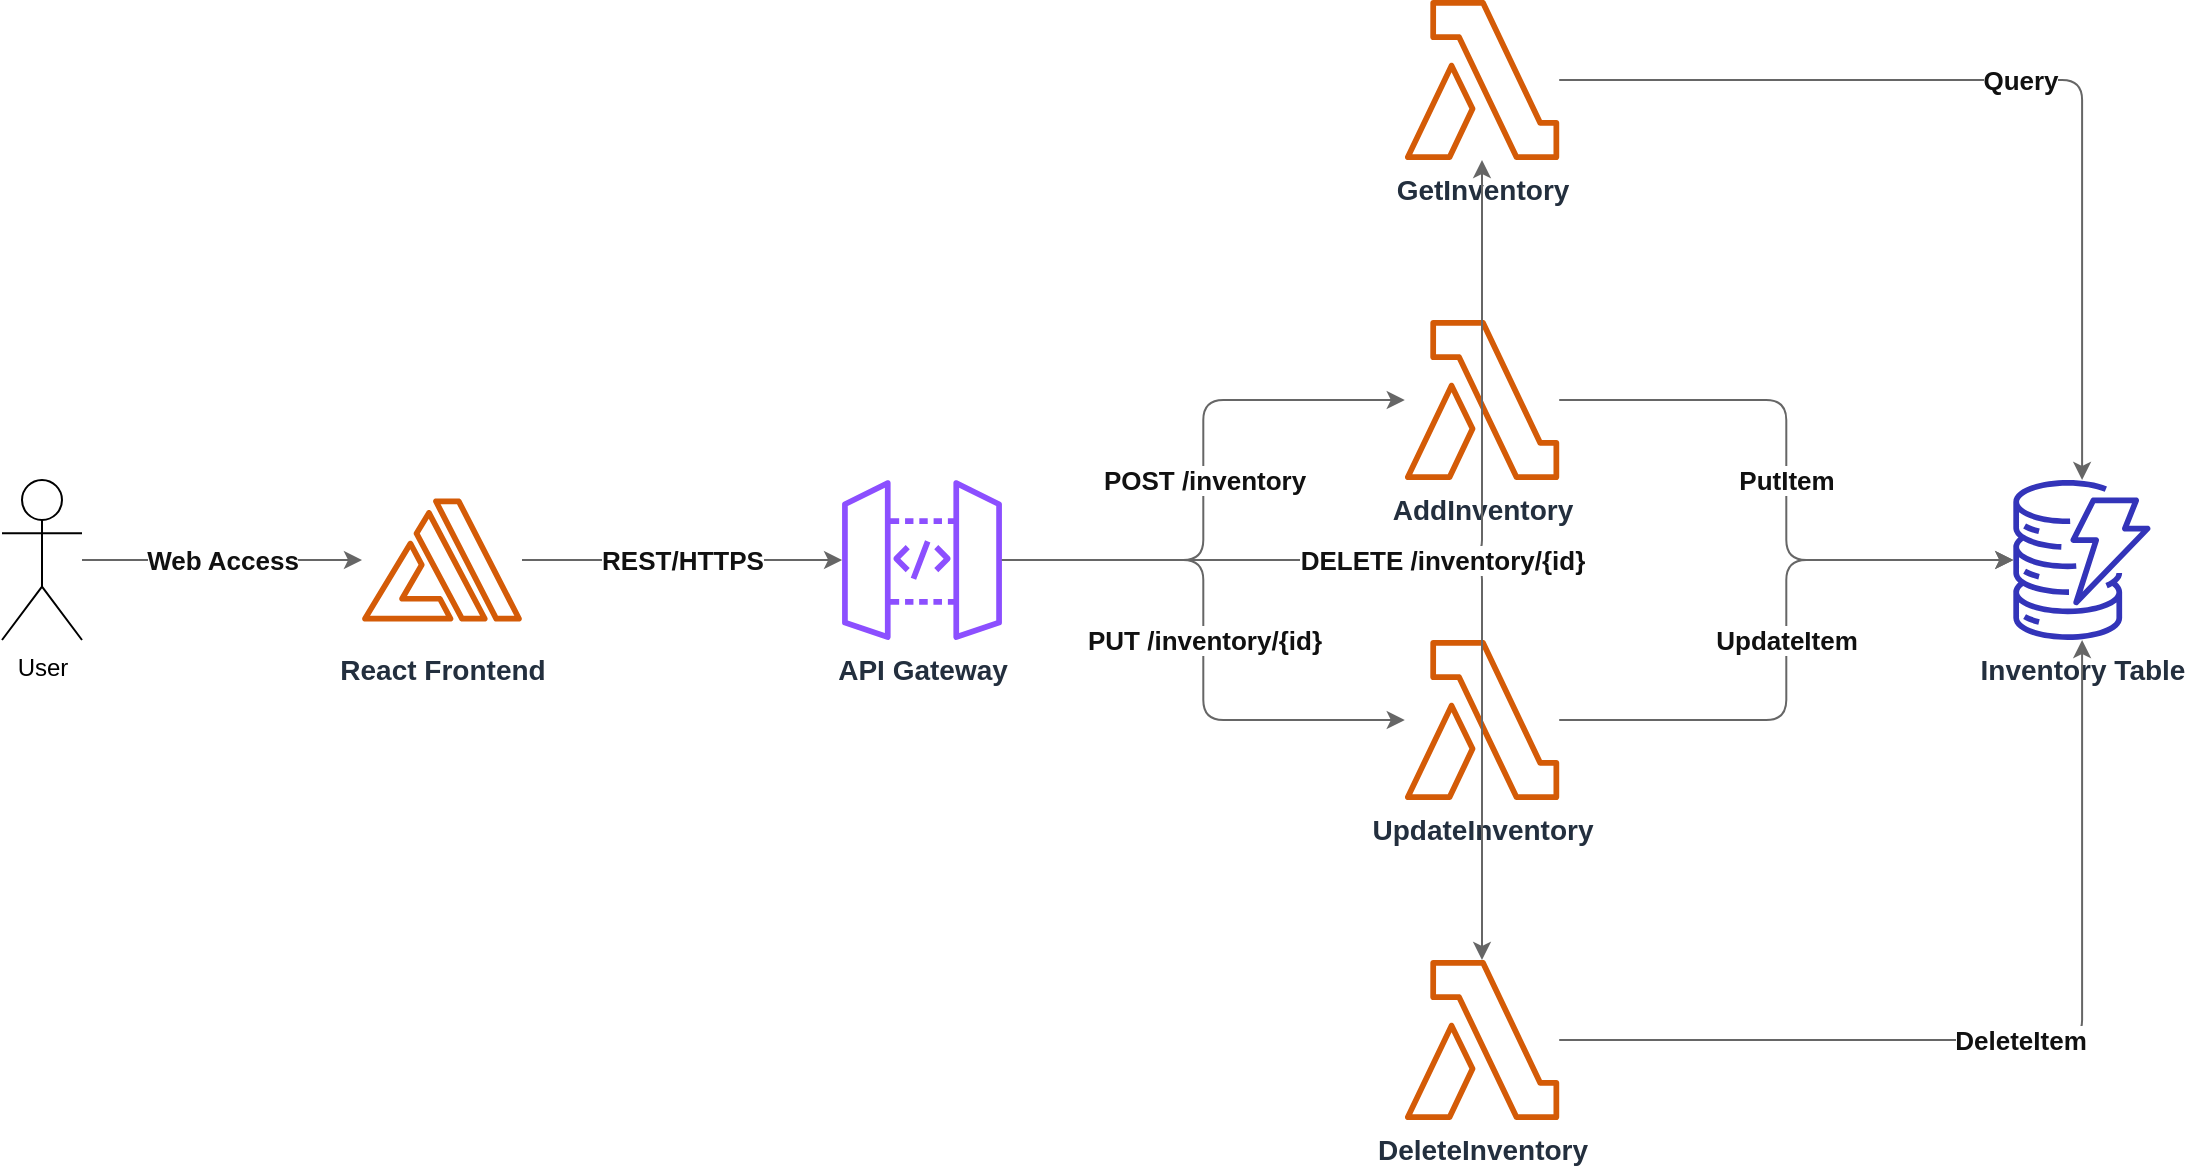
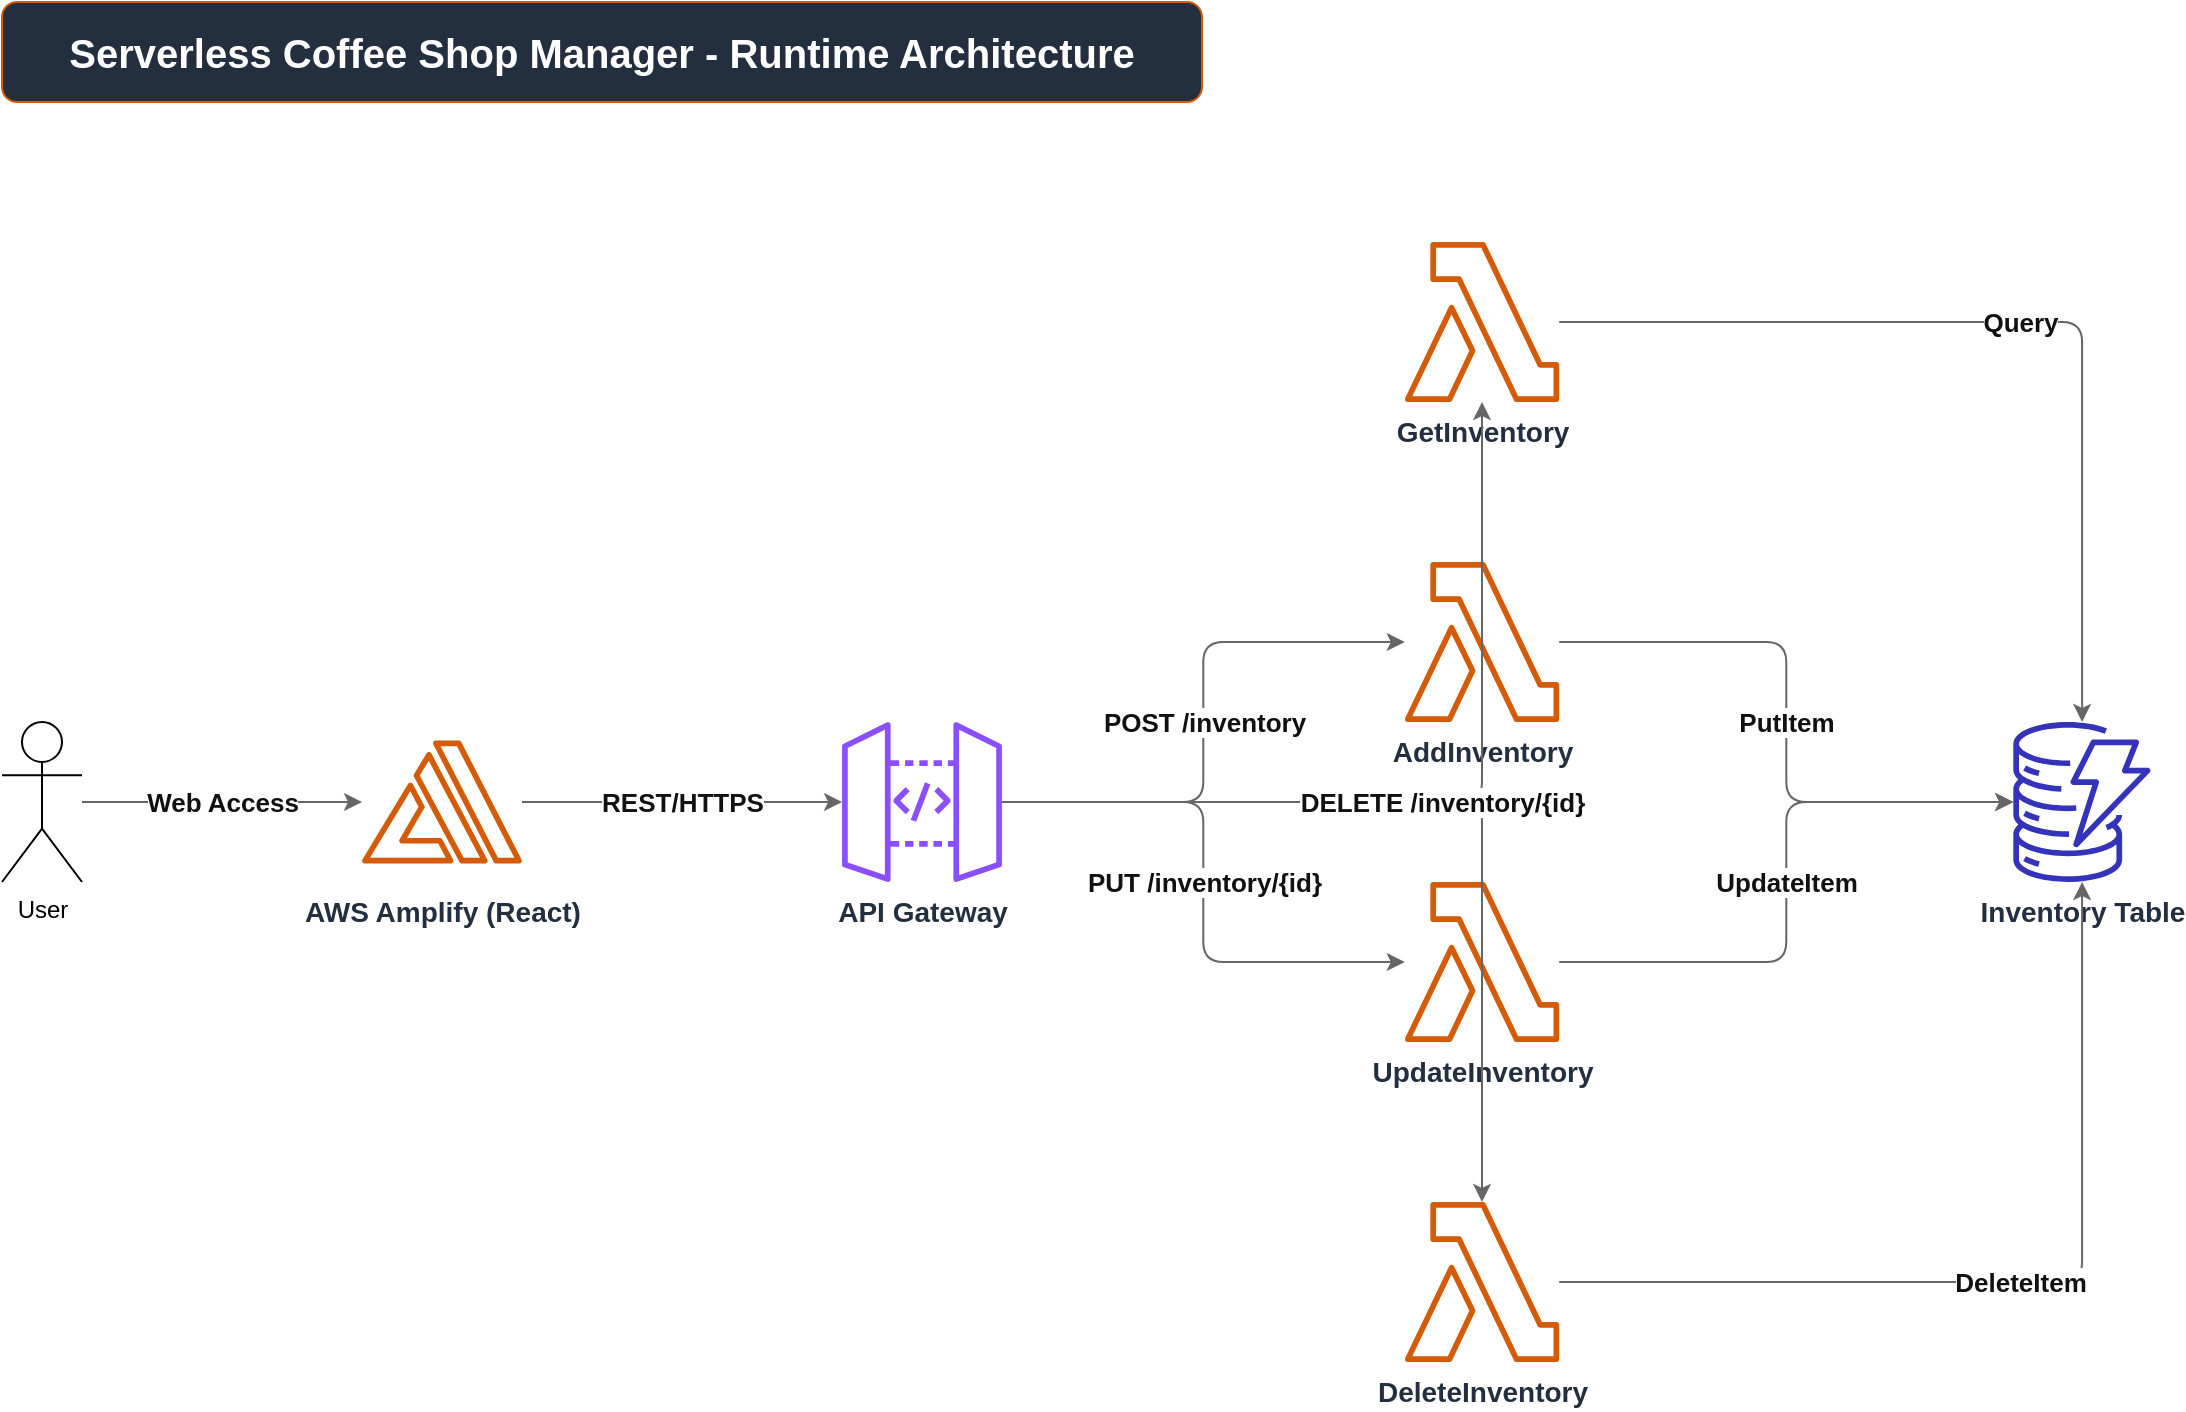
<mxfile host="Electron" modified="2024-05-18T00:00:00.000Z" agent="Mozilla/5.0" version="22.0.4" type="device">
  <diagram id="arch" name="Serverless Architecture">
    <mxGraphModel dx="1200" dy="1000" grid="1" gridSize="10" guides="1" tooltips="1" connect="1" arrows="1" fold="1" page="1" pageScale="1" pageWidth="1200" pageHeight="1000" math="0" shadow="0">
      <root>
        <mxCell id="0" />
        <mxCell id="1" parent="0" />

+         <!-- Diagram Title (Optimized for Dark & Light Backgrounds) -->
+         <mxCell id="title" value="&lt;font color=&quot;#ffffff&quot;&gt;&lt;b&gt;Serverless Coffee Shop Manager - Runtime Architecture&lt;/b&gt;&lt;/font&gt;" style="text;html=1;strokeColor=#D45B07;fillColor=#232F3E;align=center;verticalAlign=middle;whiteSpace=wrap;rounded=1;fontColor=#ffffff;fontSize=20;fontStyle=1;" vertex="1" parent="1">
+           <mxGeometry x="60" y="40" width="600" height="50" as="geometry" />
+         </mxCell>
+ 
        <!-- User -->
        <mxCell id="user" value="User" style="shape=umlActor;verticalLabelPosition=bottom;verticalAlign=top;html=1;outlineConnect=0;" vertex="1" parent="1">
          <mxGeometry x="60" y="400" width="40" height="80" as="geometry" />
        </mxCell>

        <!-- Amplify -->
-         <mxCell id="amplify" value="React Frontend" style="outlineConnect=0;fontColor=#232F3E;gradientColor=none;fillColor=#D45B07;strokeColor=none;dashed=0;verticalLabelPosition=bottom;verticalAlign=top;align=center;html=1;fontSize=14;fontStyle=1;aspect=fixed;pointerEvents=1;shape=mxgraph.aws4.amplify;" vertex="1" parent="1">
+         <mxCell id="amplify" value="AWS Amplify (React)" style="outlineConnect=0;fontColor=#232F3E;gradientColor=none;fillColor=#D45B07;strokeColor=none;dashed=0;verticalLabelPosition=bottom;verticalAlign=top;align=center;html=1;fontSize=14;fontStyle=1;aspect=fixed;pointerEvents=1;shape=mxgraph.aws4.amplify;" vertex="1" parent="1">
          <mxGeometry x="240" y="400" width="80" height="80" as="geometry" />
        </mxCell>

        <!-- API Gateway -->
        <mxCell id="apigw" value="API Gateway" style="outlineConnect=0;fontColor=#232F3E;gradientColor=none;fillColor=#8C4FFF;strokeColor=none;dashed=0;verticalLabelPosition=bottom;verticalAlign=top;align=center;html=1;fontSize=14;fontStyle=1;aspect=fixed;pointerEvents=1;shape=mxgraph.aws4.api_gateway;" vertex="1" parent="1">
          <mxGeometry x="480" y="400" width="80" height="80" as="geometry" />
        </mxCell>

        <!-- Lambdas -->
        <mxCell id="l_get" value="GetInventory" style="outlineConnect=0;fontColor=#232F3E;gradientColor=none;fillColor=#D45B07;strokeColor=none;dashed=0;verticalLabelPosition=bottom;verticalAlign=top;align=center;html=1;fontSize=14;fontStyle=1;aspect=fixed;pointerEvents=1;shape=mxgraph.aws4.lambda;" vertex="1" parent="1">
          <mxGeometry x="760" y="160" width="80" height="80" as="geometry" />
        </mxCell>
        <mxCell id="l_add" value="AddInventory" style="outlineConnect=0;fontColor=#232F3E;gradientColor=none;fillColor=#D45B07;strokeColor=none;dashed=0;verticalLabelPosition=bottom;verticalAlign=top;align=center;html=1;fontSize=14;fontStyle=1;aspect=fixed;pointerEvents=1;shape=mxgraph.aws4.lambda;" vertex="1" parent="1">
          <mxGeometry x="760" y="320" width="80" height="80" as="geometry" />
        </mxCell>
        <mxCell id="l_upd" value="UpdateInventory" style="outlineConnect=0;fontColor=#232F3E;gradientColor=none;fillColor=#D45B07;strokeColor=none;dashed=0;verticalLabelPosition=bottom;verticalAlign=top;align=center;html=1;fontSize=14;fontStyle=1;aspect=fixed;pointerEvents=1;shape=mxgraph.aws4.lambda;" vertex="1" parent="1">
          <mxGeometry x="760" y="480" width="80" height="80" as="geometry" />
        </mxCell>
        <mxCell id="l_del" value="DeleteInventory" style="outlineConnect=0;fontColor=#232F3E;gradientColor=none;fillColor=#D45B07;strokeColor=none;dashed=0;verticalLabelPosition=bottom;verticalAlign=top;align=center;html=1;fontSize=14;fontStyle=1;aspect=fixed;pointerEvents=1;shape=mxgraph.aws4.lambda;" vertex="1" parent="1">
          <mxGeometry x="760" y="640" width="80" height="80" as="geometry" />
        </mxCell>

        <!-- DynamoDB -->
        <mxCell id="db" value="Inventory Table" style="outlineConnect=0;fontColor=#232F3E;gradientColor=none;fillColor=#3334B9;strokeColor=none;dashed=0;verticalLabelPosition=bottom;verticalAlign=top;align=center;html=1;fontSize=14;fontStyle=1;aspect=fixed;pointerEvents=1;shape=mxgraph.aws4.dynamodb;" vertex="1" parent="1">
          <mxGeometry x="1060" y="400" width="80" height="80" as="geometry" />
        </mxCell>

        <!-- Edges (Routing) with white background for text -->
        <mxCell id="e1" value="Web Access" edge="1" parent="1" source="user" target="amplify" style="edgeStyle=orthogonalEdgeStyle;rounded=1;html=1;strokeColor=#666666;fontColor=#111111;labelBackgroundColor=#ffffff;fontSize=13;fontStyle=1;">
          <mxGeometry relative="1" as="geometry" />
        </mxCell>
        <mxCell id="e2" value="REST/HTTPS" edge="1" parent="1" source="amplify" target="apigw" style="edgeStyle=orthogonalEdgeStyle;rounded=1;html=1;strokeColor=#666666;fontColor=#111111;labelBackgroundColor=#ffffff;fontSize=13;fontStyle=1;">
          <mxGeometry relative="1" as="geometry" />
        </mxCell>

        <mxCell id="e3" value="GET /inventory" edge="1" parent="1" source="apigw" target="l_get" style="edgeStyle=orthogonalEdgeStyle;rounded=1;html=1;strokeColor=#666666;fontColor=#111111;labelBackgroundColor=#ffffff;fontSize=13;fontStyle=1;">
          <mxGeometry relative="1" as="geometry" />
        </mxCell>
        <mxCell id="e4" value="POST /inventory" edge="1" parent="1" source="apigw" target="l_add" style="edgeStyle=orthogonalEdgeStyle;rounded=1;html=1;strokeColor=#666666;fontColor=#111111;labelBackgroundColor=#ffffff;fontSize=13;fontStyle=1;">
          <mxGeometry relative="1" as="geometry" />
        </mxCell>
        <mxCell id="e5" value="PUT /inventory/{id}" edge="1" parent="1" source="apigw" target="l_upd" style="edgeStyle=orthogonalEdgeStyle;rounded=1;html=1;strokeColor=#666666;fontColor=#111111;labelBackgroundColor=#ffffff;fontSize=13;fontStyle=1;">
          <mxGeometry relative="1" as="geometry" />
        </mxCell>
        <mxCell id="e6" value="DELETE /inventory/{id}" edge="1" parent="1" source="apigw" target="l_del" style="edgeStyle=orthogonalEdgeStyle;rounded=1;html=1;strokeColor=#666666;fontColor=#111111;labelBackgroundColor=#ffffff;fontSize=13;fontStyle=1;">
          <mxGeometry relative="1" as="geometry" />
        </mxCell>

        <mxCell id="e7" value="Query" edge="1" parent="1" source="l_get" target="db" style="edgeStyle=orthogonalEdgeStyle;rounded=1;html=1;strokeColor=#666666;fontColor=#111111;labelBackgroundColor=#ffffff;fontSize=13;fontStyle=1;">
          <mxGeometry relative="1" as="geometry" />
        </mxCell>
        <mxCell id="e8" value="PutItem" edge="1" parent="1" source="l_add" target="db" style="edgeStyle=orthogonalEdgeStyle;rounded=1;html=1;strokeColor=#666666;fontColor=#111111;labelBackgroundColor=#ffffff;fontSize=13;fontStyle=1;">
          <mxGeometry relative="1" as="geometry" />
        </mxCell>
        <mxCell id="e9" value="UpdateItem" edge="1" parent="1" source="l_upd" target="db" style="edgeStyle=orthogonalEdgeStyle;rounded=1;html=1;strokeColor=#666666;fontColor=#111111;labelBackgroundColor=#ffffff;fontSize=13;fontStyle=1;">
          <mxGeometry relative="1" as="geometry" />
        </mxCell>
        <mxCell id="e10" value="DeleteItem" edge="1" parent="1" source="l_del" target="db" style="edgeStyle=orthogonalEdgeStyle;rounded=1;html=1;strokeColor=#666666;fontColor=#111111;labelBackgroundColor=#ffffff;fontSize=13;fontStyle=1;">
          <mxGeometry relative="1" as="geometry" />
        </mxCell>
      </root>
    </mxGraphModel>
  </diagram>
</mxfile>
